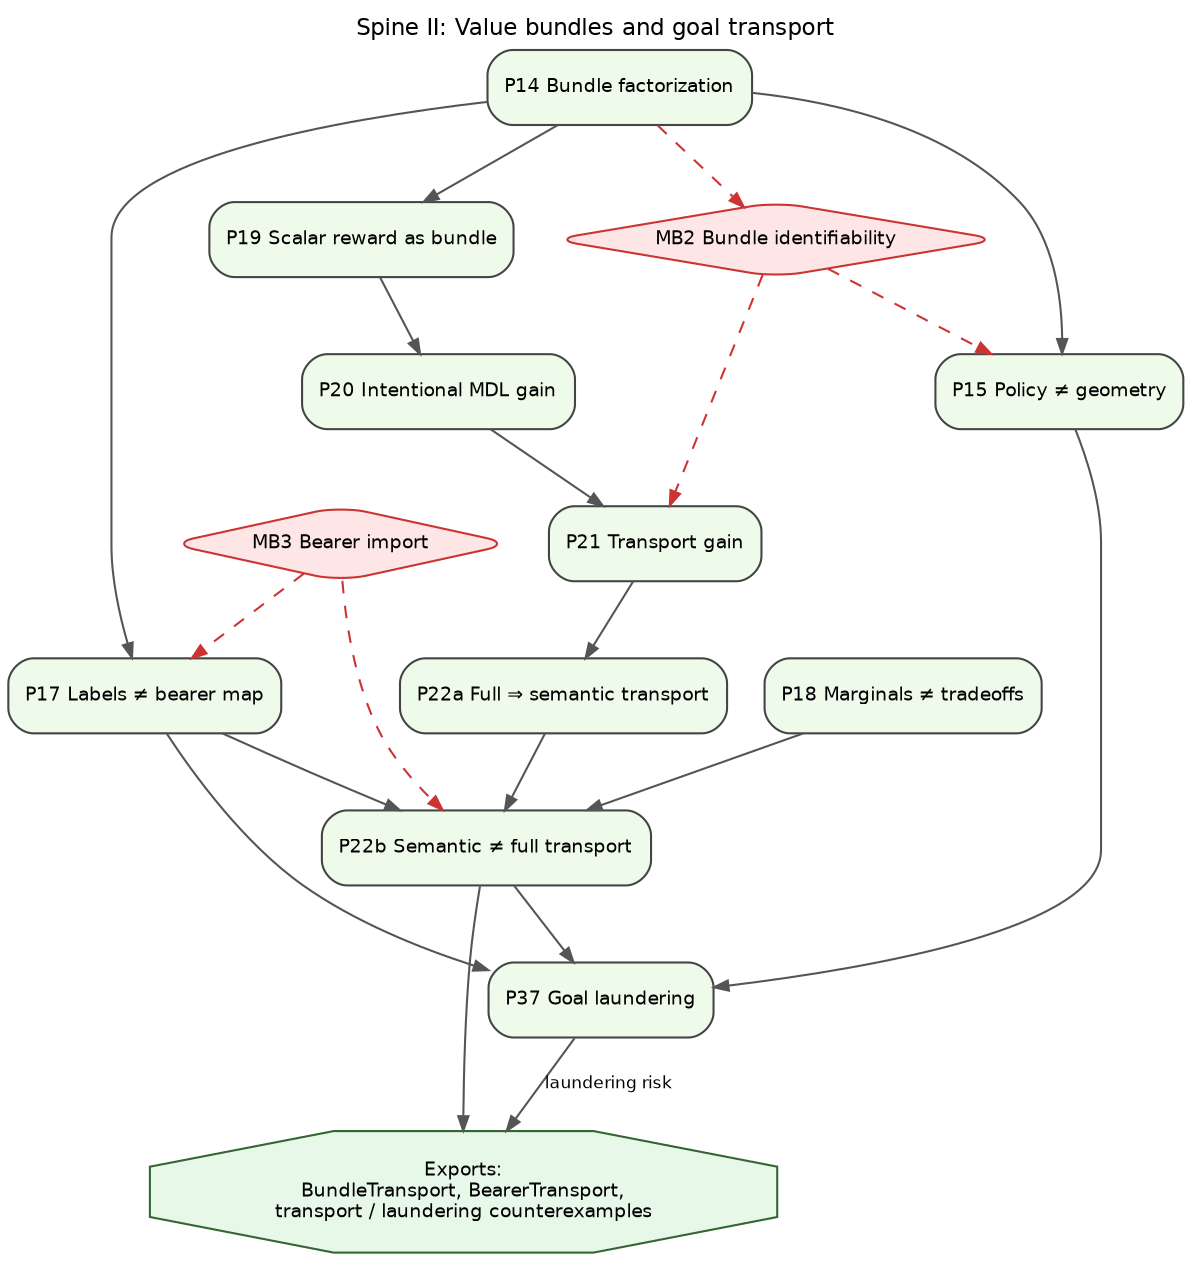
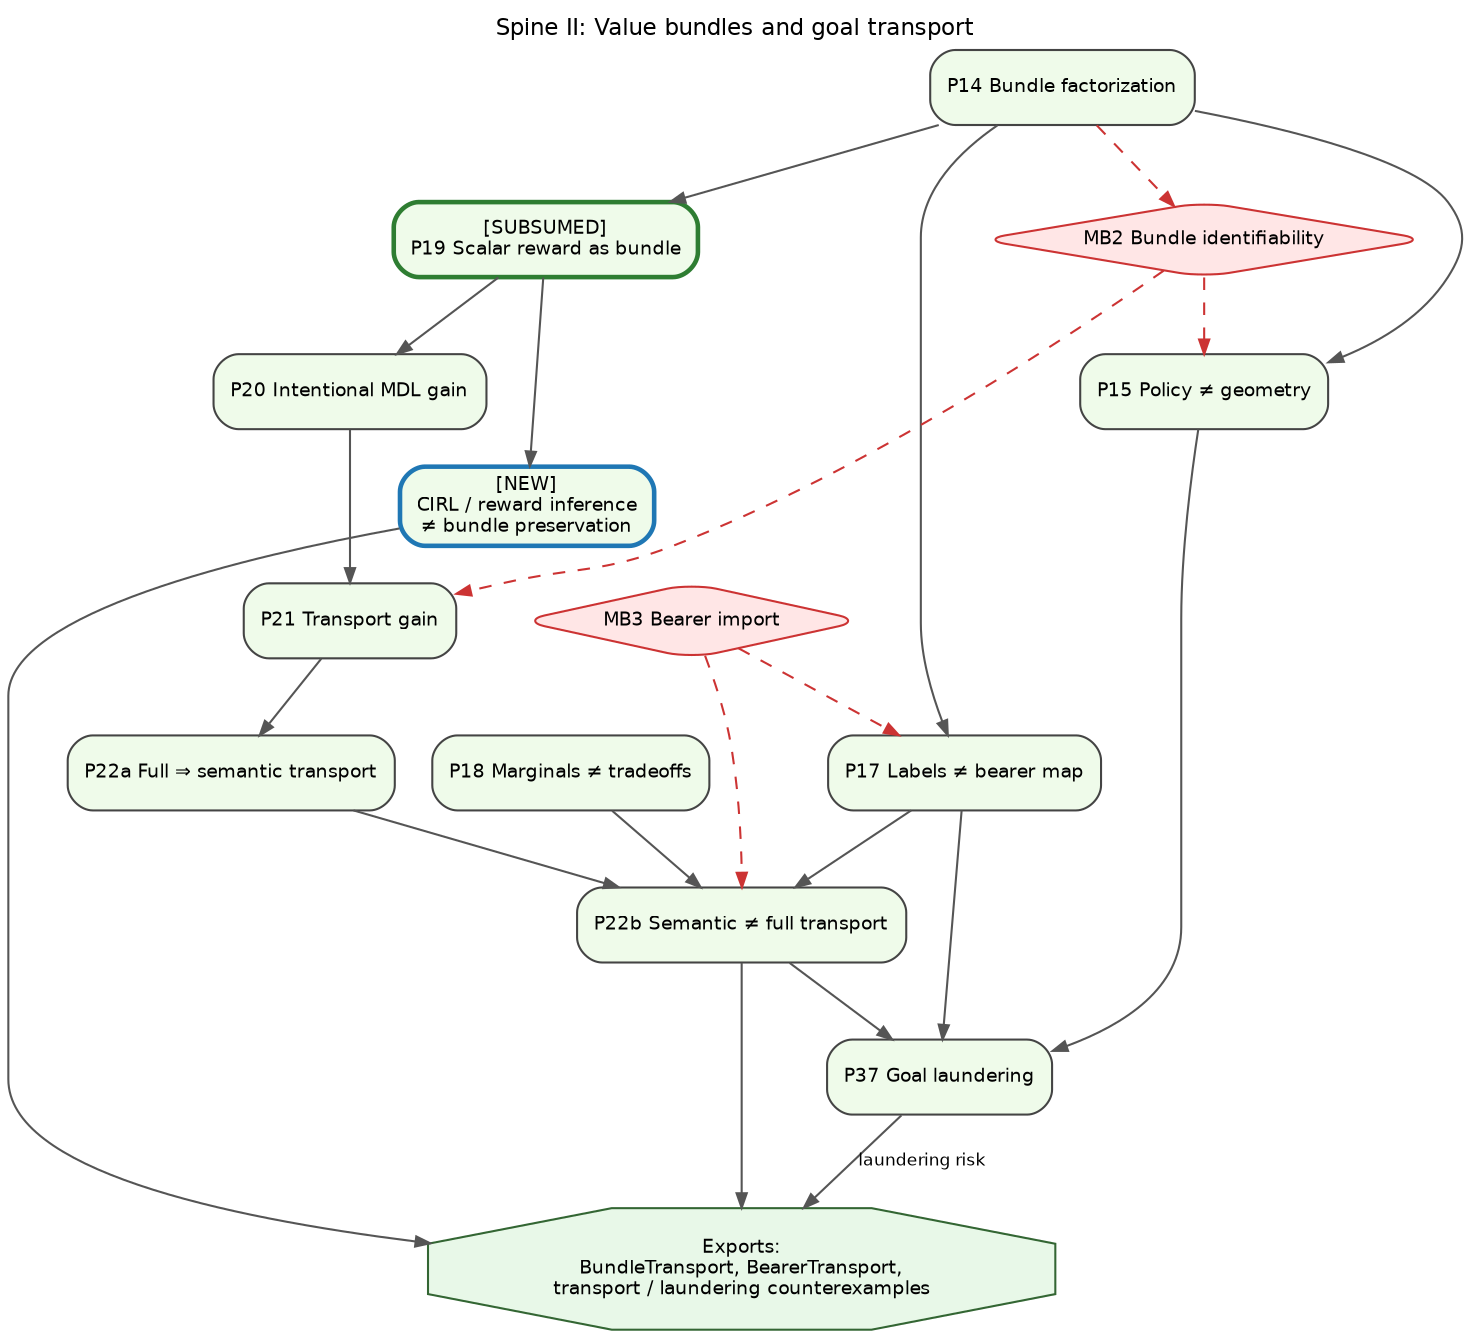
digraph Spine02ValueTransport {
  graph [
    rankdir=TB,
    bgcolor="white",
    splines=true,
    overlap=false,
    fontsize=11,
    fontname="Helvetica",
    label="Spine II: Value bundles and goal transport",
    labelloc="t"
  ];
  node [shape=box, style="rounded,filled", fontname="Helvetica", fontsize=9, color="#444444"];
  edge [fontname="Helvetica", fontsize=8, color="#555555", arrowsize=0.7];

  P14 [label="P14 Bundle factorization", fillcolor="#EFFBEA"];
  P15 [label="P15 Policy ≠ geometry", fillcolor="#EFFBEA"];
  P17 [label="P17 Labels ≠ bearer map", fillcolor="#EFFBEA"];
  P18 [label="P18 Marginals ≠ tradeoffs", fillcolor="#EFFBEA"];
-   P19 [label="P19 Scalar reward as bundle", fillcolor="#EFFBEA"];
+   P19 [label="[SUBSUMED]\nP19 Scalar reward as bundle", fillcolor="#EFFBEA", color="#2E7D32", penwidth=2.2];
+   PCIRL [label="[NEW]\nCIRL / reward inference\n≠ bundle preservation", fillcolor="#EFFBEA", color="#1F77B4", penwidth=2.2];
  P20 [label="P20 Intentional MDL gain", fillcolor="#EFFBEA"];
  P21 [label="P21 Transport gain", fillcolor="#EFFBEA"];
  P22a [label="P22a Full ⇒ semantic transport", fillcolor="#EFFBEA"];
  P22b [label="P22b Semantic ≠ full transport", fillcolor="#EFFBEA"];
  P37 [label="P37 Goal laundering", fillcolor="#EFFBEA"];

  MB2 [shape=diamond, fillcolor="#FFE6E6", color="#CC3333", label="MB2 Bundle identifiability"];
  MB3 [shape=diamond, fillcolor="#FFE6E6", color="#CC3333", label="MB3 Bearer import"];

  OUT [shape=octagon, style="filled", fillcolor="#E8F8E8", color="#336633",
       label="Exports:\nBundleTransport, BearerTransport,\ntransport / laundering counterexamples"];

  P14 -> P15;
  P14 -> P17;
  P14 -> P19 -> P20 -> P21 -> P22a -> P22b;
+   P19 -> PCIRL;
  P17 -> P22b;
  P18 -> P22b;
  P15 -> P37;
  P17 -> P37;
  P22b -> P37;

  P14 -> MB2 [style=dashed, color="#CC3333"];
  MB2 -> P15 [style=dashed, color="#CC3333"];
  MB2 -> P21 [style=dashed, color="#CC3333"];
  MB3 -> P17 [style=dashed, color="#CC3333"];
  MB3 -> P22b [style=dashed, color="#CC3333"];

  P22b -> OUT;
+   PCIRL -> OUT;
  P37 -> OUT [label="laundering risk"];
}
